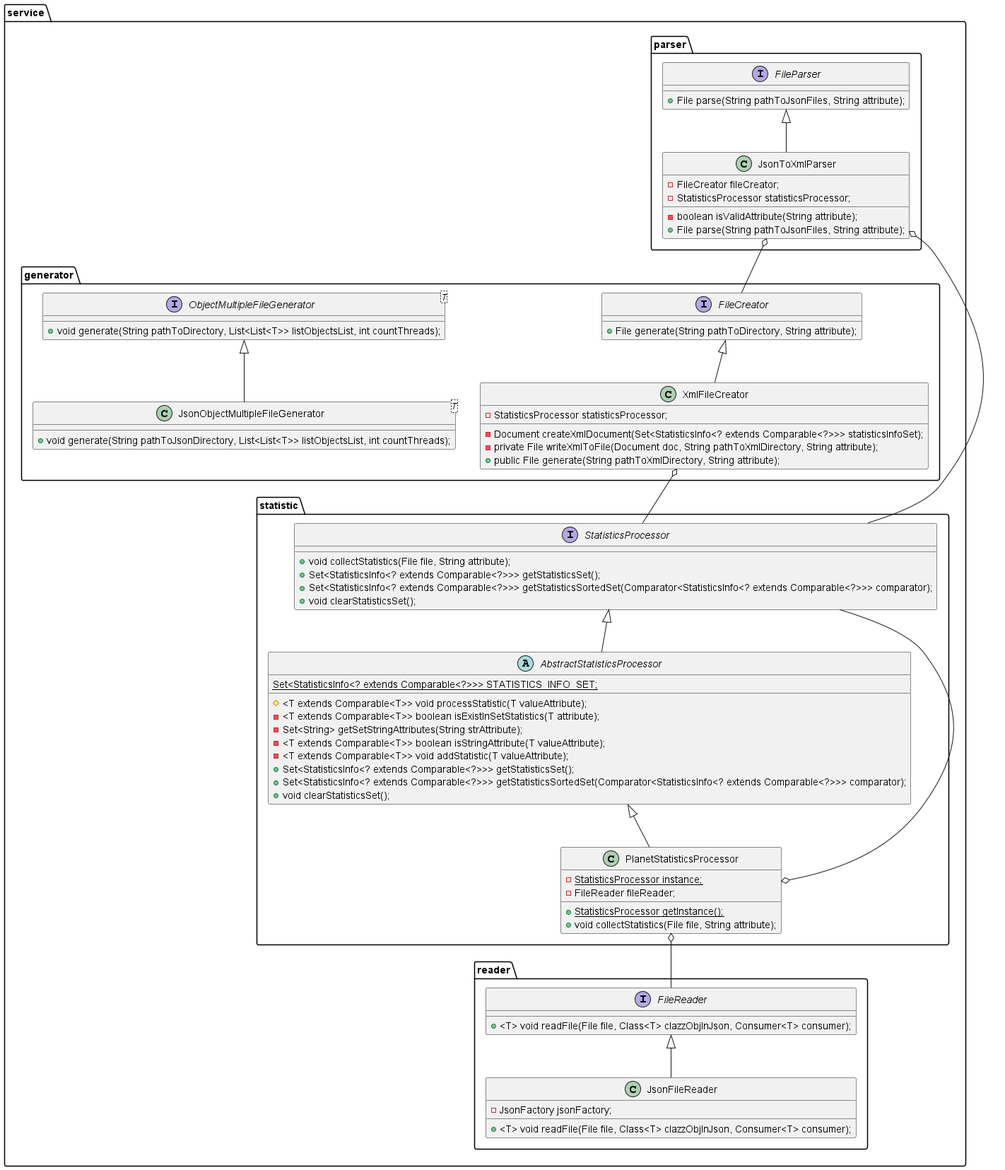
This is java-core-parser-hw-1/src/main/resources/github-data/architecture-diagram-0.png from dima666Sik/ProfITsoft-Internship, a PlantUML export, as it was before one commit. Source of this version:
```plantuml
@startuml

package service{
    package generator{
        interface FileCreator {
            + File generate(String pathToDirectory, String attribute);
        }
        interface ObjectMultipleFileGenerator<T> {
            + void generate(String pathToDirectory, List<List<T>> listObjectsList, int countThreads);
        }
        class JsonObjectMultipleFileGenerator<T>{
            + void generate(String pathToJsonDirectory, List<List<T>> listObjectsList, int countThreads);
        }
        class XmlFileCreator{
            - StatisticsProcessor statisticsProcessor;
            - Document createXmlDocument(Set<StatisticsInfo<? extends Comparable<?>>> statisticsInfoSet);
            - private File writeXmlToFile(Document doc, String pathToXmlDirectory, String attribute);
            + public File generate(String pathToXmlDirectory, String attribute);
        }
    }
    package parser{
        interface FileParser {
            + File parse(String pathToJsonFiles, String attribute);
        }
        class JsonToXmlParser{
            - FileCreator fileCreator;
            - StatisticsProcessor statisticsProcessor;
            - boolean isValidAttribute(String attribute);
            + File parse(String pathToJsonFiles, String attribute);
        }
    }
    package reader{
        interface FileReader{
            + <T> void readFile(File file, Class<T> clazzObjInJson, Consumer<T> consumer);
        }
        class JsonFileReader{
            - JsonFactory jsonFactory;
            + <T> void readFile(File file, Class<T> clazzObjInJson, Consumer<T> consumer);
        }
    }
    package statistic{
        interface StatisticsProcessor{
            + void collectStatistics(File file, String attribute);
            + Set<StatisticsInfo<? extends Comparable<?>>> getStatisticsSet();
            + Set<StatisticsInfo<? extends Comparable<?>>> getStatisticsSortedSet(Comparator<StatisticsInfo<? extends Comparable<?>>> comparator);
            + void clearStatisticsSet();
        }
        abstract class AbstractStatisticsProcessor{
            {static} Set<StatisticsInfo<? extends Comparable<?>>> STATISTICS_INFO_SET;
            # <T extends Comparable<T>> void processStatistic(T valueAttribute);
            - <T extends Comparable<T>> boolean isExistInSetStatistics(T attribute);
            - Set<String> getSetStringAttributes(String strAttribute);
            - <T extends Comparable<T>> boolean isStringAttribute(T valueAttribute);
            - <T extends Comparable<T>> void addStatistic(T valueAttribute);
            + Set<StatisticsInfo<? extends Comparable<?>>> getStatisticsSet();
            + Set<StatisticsInfo<? extends Comparable<?>>> getStatisticsSortedSet(Comparator<StatisticsInfo<? extends Comparable<?>>> comparator);
            + void clearStatisticsSet();

        }
        class PlanetStatisticsProcessor{
            - {static} StatisticsProcessor instance;
            - FileReader fileReader;
            + {static} StatisticsProcessor getInstance();
            + void collectStatistics(File file, String attribute);
        }
    }

FileCreator <|-- XmlFileCreator
ObjectMultipleFileGenerator <|-- JsonObjectMultipleFileGenerator

FileParser <|-- JsonToXmlParser

FileReader <|-- JsonFileReader

StatisticsProcessor <|-- AbstractStatisticsProcessor
AbstractStatisticsProcessor <|-- PlanetStatisticsProcessor


XmlFileCreator o-- StatisticsProcessor

JsonToXmlParser o-- FileCreator
JsonToXmlParser o-- StatisticsProcessor

PlanetStatisticsProcessor o-- StatisticsProcessor
PlanetStatisticsProcessor o-- FileReader

}

@enduml
```
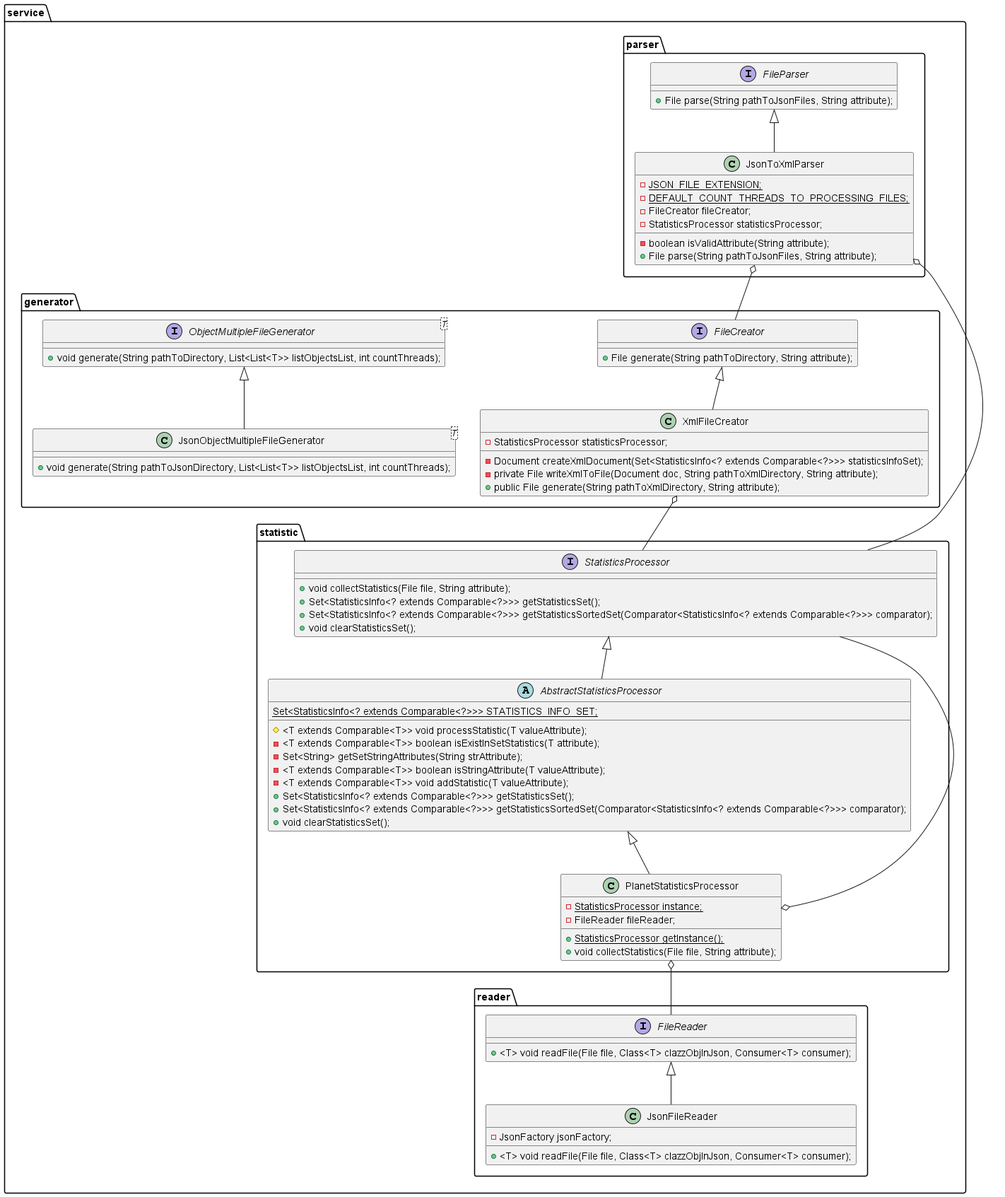
After the commit.

The edit, as a diff of the source:
```diff
@@ -23,6 +23,8 @@
             + File parse(String pathToJsonFiles, String attribute);
         }
         class JsonToXmlParser{
+            - {static} JSON_FILE_EXTENSION;
+            - {static} DEFAULT_COUNT_THREADS_TO_PROCESSING_FILES;
             - FileCreator fileCreator;
             - StatisticsProcessor statisticsProcessor;
             - boolean isValidAttribute(String attribute);
```
